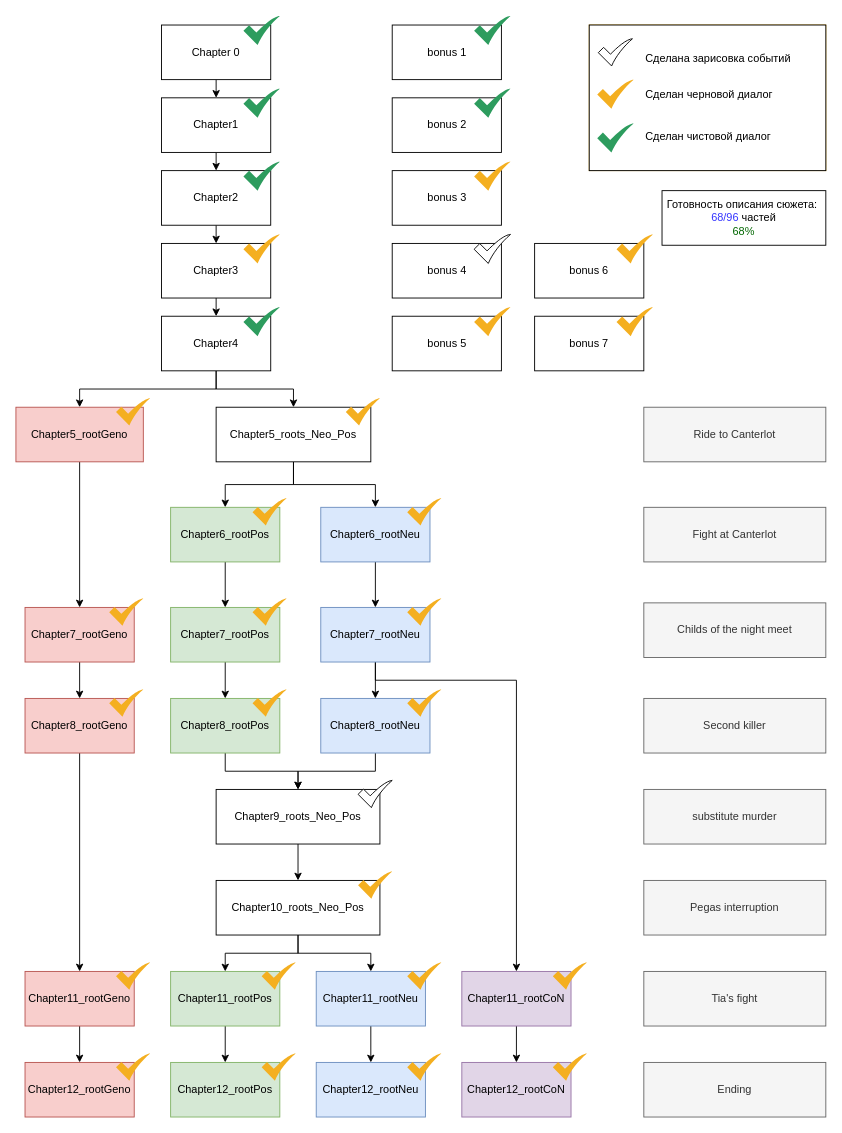
Earlier version of the draw.io diagram wip plot materials/chapters_clean/order.drawio (Oplkill/Silent-Burden-of-the-Dreamers-Visual-Novel-). Source tidied: cells renumbered, new cells numbered last; positions are measured from the earlier drawing's top-left corner, leaving out a move shared by most shapes. Both pictures are drawn from the tidied source at 91%, with x=0, y=0 at pixel (15, 15).
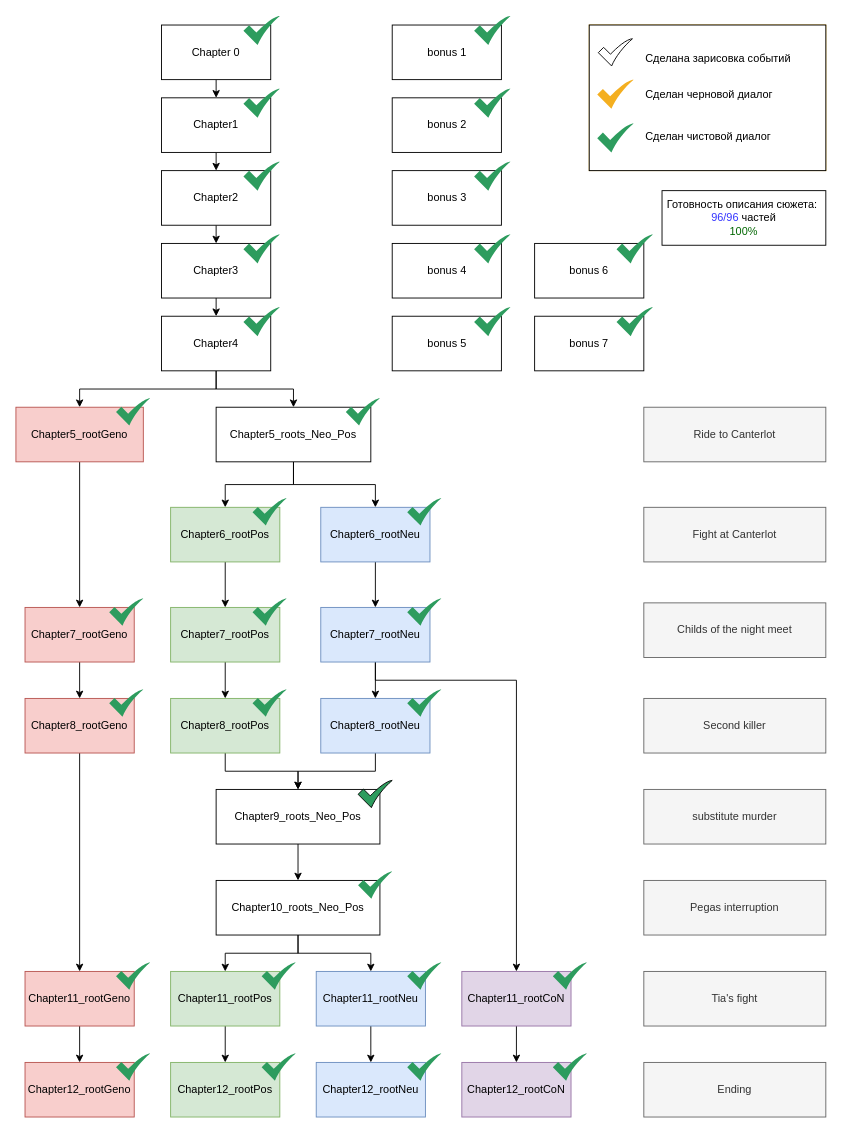
Above is the later version.

The edit, as a diff of the source:
```diff
@@
-    <mxCell id="65" style="sketch=0;html=1;strokeColor=none;shadow=0;align=center;fillColor=#F4AF20;verticalAlign=top;labelPosition=center;verticalLabelPosition=bottom;shape=mxgraph.gcp2.check;" parent="1" vertex="1">
+    <mxCell id="65" style="sketch=0;html=1;strokeColor=none;shadow=0;align=center;fillColor=#2D9C5E;verticalAlign=top;labelPosition=center;verticalLabelPosition=bottom;shape=mxgraph.gcp2.check;" parent="1" vertex="1">
       <mxGeometry x="503.5" y="160" width="40" height="32" as="geometry" />
     </mxCell>
@@
-    <mxCell id="69" style="sketch=0;html=1;strokeColor=none;shadow=0;align=center;fillColor=#F4AF20;verticalAlign=top;labelPosition=center;verticalLabelPosition=bottom;shape=mxgraph.gcp2.check;" parent="1" vertex="1">
+    <mxCell id="69" style="sketch=0;html=1;strokeColor=none;shadow=0;align=center;fillColor=#2D9C5E;verticalAlign=top;labelPosition=center;verticalLabelPosition=bottom;shape=mxgraph.gcp2.check;" parent="1" vertex="1">
       <mxGeometry x="250" y="240" width="40" height="32" as="geometry" />
     </mxCell>
@@
-    <mxCell id="71" style="sketch=0;html=1;strokeColor=none;shadow=0;align=center;fillColor=#F4AF20;verticalAlign=top;labelPosition=center;verticalLabelPosition=bottom;shape=mxgraph.gcp2.check;" parent="1" vertex="1">
+    <mxCell id="71" style="sketch=0;html=1;strokeColor=none;shadow=0;align=center;fillColor=#2D9C5E;verticalAlign=top;labelPosition=center;verticalLabelPosition=bottom;shape=mxgraph.gcp2.check;" parent="1" vertex="1">
       <mxGeometry x="110" y="420" width="37.5" height="30" as="geometry" />
     </mxCell>
-    <mxCell id="72" style="sketch=0;html=1;strokeColor=none;shadow=0;align=center;fillColor=#F4AF20;verticalAlign=top;labelPosition=center;verticalLabelPosition=bottom;shape=mxgraph.gcp2.check;" parent="1" vertex="1">
+    <mxCell id="72" style="sketch=0;html=1;strokeColor=none;shadow=0;align=center;fillColor=#2D9C5E;verticalAlign=top;labelPosition=center;verticalLabelPosition=bottom;shape=mxgraph.gcp2.check;" parent="1" vertex="1">
       <mxGeometry x="362.5" y="420" width="37.5" height="30" as="geometry" />
     </mxCell>
-    <mxCell id="73" style="sketch=0;html=1;strokeColor=none;shadow=0;align=center;fillColor=#F4AF20;verticalAlign=top;labelPosition=center;verticalLabelPosition=bottom;shape=mxgraph.gcp2.check;" parent="1" vertex="1">
+    <mxCell id="73" style="sketch=0;html=1;strokeColor=none;shadow=0;align=center;fillColor=#2D9C5E;verticalAlign=top;labelPosition=center;verticalLabelPosition=bottom;shape=mxgraph.gcp2.check;" parent="1" vertex="1">
       <mxGeometry x="260" y="530" width="37.5" height="30" as="geometry" />
     </mxCell>
-    <mxCell id="74" style="sketch=0;html=1;strokeColor=none;shadow=0;align=center;fillColor=#F4AF20;verticalAlign=top;labelPosition=center;verticalLabelPosition=bottom;shape=mxgraph.gcp2.check;" parent="1" vertex="1">
+    <mxCell id="74" style="sketch=0;html=1;strokeColor=none;shadow=0;align=center;fillColor=#2D9C5E;verticalAlign=top;labelPosition=center;verticalLabelPosition=bottom;shape=mxgraph.gcp2.check;" parent="1" vertex="1">
       <mxGeometry x="430" y="530" width="37.5" height="30" as="geometry" />
     </mxCell>
-    <mxCell id="75" style="sketch=0;html=1;strokeColor=none;shadow=0;align=center;fillColor=#F4AF20;verticalAlign=top;labelPosition=center;verticalLabelPosition=bottom;shape=mxgraph.gcp2.check;" parent="1" vertex="1">
+    <mxCell id="75" style="sketch=0;html=1;strokeColor=none;shadow=0;align=center;fillColor=#2D9C5E;verticalAlign=top;labelPosition=center;verticalLabelPosition=bottom;shape=mxgraph.gcp2.check;" parent="1" vertex="1">
       <mxGeometry x="430" y="640" width="37.5" height="30" as="geometry" />
     </mxCell>
-    <mxCell id="76" style="sketch=0;html=1;strokeColor=none;shadow=0;align=center;fillColor=#F4AF20;verticalAlign=top;labelPosition=center;verticalLabelPosition=bottom;shape=mxgraph.gcp2.check;" parent="1" vertex="1">
+    <mxCell id="76" style="sketch=0;html=1;strokeColor=none;shadow=0;align=center;fillColor=#2D9C5E;verticalAlign=top;labelPosition=center;verticalLabelPosition=bottom;shape=mxgraph.gcp2.check;" parent="1" vertex="1">
       <mxGeometry x="260" y="640" width="37.5" height="30" as="geometry" />
     </mxCell>
-    <mxCell id="77" style="sketch=0;html=1;strokeColor=none;shadow=0;align=center;fillColor=#F4AF20;verticalAlign=top;labelPosition=center;verticalLabelPosition=bottom;shape=mxgraph.gcp2.check;" parent="1" vertex="1">
+    <mxCell id="77" style="sketch=0;html=1;strokeColor=none;shadow=0;align=center;fillColor=#2D9C5E;verticalAlign=top;labelPosition=center;verticalLabelPosition=bottom;shape=mxgraph.gcp2.check;" parent="1" vertex="1">
       <mxGeometry x="102.5" y="640" width="37.5" height="30" as="geometry" />
     </mxCell>
-    <mxCell id="78" style="sketch=0;html=1;strokeColor=none;shadow=0;align=center;fillColor=#F4AF20;verticalAlign=top;labelPosition=center;verticalLabelPosition=bottom;shape=mxgraph.gcp2.check;" parent="1" vertex="1">
+    <mxCell id="78" style="sketch=0;html=1;strokeColor=none;shadow=0;align=center;fillColor=#2D9C5E;verticalAlign=top;labelPosition=center;verticalLabelPosition=bottom;shape=mxgraph.gcp2.check;" parent="1" vertex="1">
       <mxGeometry x="102.5" y="740" width="37.5" height="30" as="geometry" />
     </mxCell>
-    <mxCell id="79" style="sketch=0;html=1;strokeColor=none;shadow=0;align=center;fillColor=#F4AF20;verticalAlign=top;labelPosition=center;verticalLabelPosition=bottom;shape=mxgraph.gcp2.check;" parent="1" vertex="1">
+    <mxCell id="79" style="sketch=0;html=1;strokeColor=none;shadow=0;align=center;fillColor=#2D9C5E;verticalAlign=top;labelPosition=center;verticalLabelPosition=bottom;shape=mxgraph.gcp2.check;" parent="1" vertex="1">
       <mxGeometry x="260" y="740" width="37.5" height="30" as="geometry" />
     </mxCell>
-    <mxCell id="80" style="sketch=0;html=1;strokeColor=none;shadow=0;align=center;fillColor=#F4AF20;verticalAlign=top;labelPosition=center;verticalLabelPosition=bottom;shape=mxgraph.gcp2.check;" parent="1" vertex="1">
+    <mxCell id="80" style="sketch=0;html=1;strokeColor=none;shadow=0;align=center;fillColor=#2D9C5E;verticalAlign=top;labelPosition=center;verticalLabelPosition=bottom;shape=mxgraph.gcp2.check;" parent="1" vertex="1">
       <mxGeometry x="430" y="740" width="37.5" height="30" as="geometry" />
     </mxCell>
-    <mxCell id="81" style="sketch=0;html=1;strokeColor=default;shadow=0;align=center;fillColor=#FFFFFF;verticalAlign=top;labelPosition=center;verticalLabelPosition=bottom;shape=mxgraph.gcp2.check;" parent="1" vertex="1">
+    <mxCell id="81" style="sketch=0;html=1;strokeColor=default;shadow=0;align=center;fillColor=#2D9C5E;verticalAlign=top;labelPosition=center;verticalLabelPosition=bottom;shape=mxgraph.gcp2.check;" parent="1" vertex="1">
       <mxGeometry x="376" y="840" width="37.5" height="30" as="geometry" />
     </mxCell>
-    <mxCell id="82" style="sketch=0;html=1;strokeColor=none;shadow=0;align=center;fillColor=#F4AF20;verticalAlign=top;labelPosition=center;verticalLabelPosition=bottom;shape=mxgraph.gcp2.check;" parent="1" vertex="1">
+    <mxCell id="82" style="sketch=0;html=1;strokeColor=none;shadow=0;align=center;fillColor=#2D9C5E;verticalAlign=top;labelPosition=center;verticalLabelPosition=bottom;shape=mxgraph.gcp2.check;" parent="1" vertex="1">
       <mxGeometry x="376" y="940" width="37.5" height="30" as="geometry" />
     </mxCell>
-    <mxCell id="83" style="sketch=0;html=1;strokeColor=none;shadow=0;align=center;fillColor=#F4AF20;verticalAlign=top;labelPosition=center;verticalLabelPosition=bottom;shape=mxgraph.gcp2.check;" parent="1" vertex="1">
+    <mxCell id="83" style="sketch=0;html=1;strokeColor=none;shadow=0;align=center;fillColor=#2D9C5E;verticalAlign=top;labelPosition=center;verticalLabelPosition=bottom;shape=mxgraph.gcp2.check;" parent="1" vertex="1">
       <mxGeometry x="590" y="1040" width="37.5" height="30" as="geometry" />
     </mxCell>
-    <mxCell id="84" style="sketch=0;html=1;strokeColor=none;shadow=0;align=center;fillColor=#F4AF20;verticalAlign=top;labelPosition=center;verticalLabelPosition=bottom;shape=mxgraph.gcp2.check;" parent="1" vertex="1">
+    <mxCell id="84" style="sketch=0;html=1;strokeColor=none;shadow=0;align=center;fillColor=#2D9C5E;verticalAlign=top;labelPosition=center;verticalLabelPosition=bottom;shape=mxgraph.gcp2.check;" parent="1" vertex="1">
       <mxGeometry x="430" y="1040" width="37.5" height="30" as="geometry" />
     </mxCell>
-    <mxCell id="85" style="sketch=0;html=1;strokeColor=none;shadow=0;align=center;fillColor=#F4AF20;verticalAlign=top;labelPosition=center;verticalLabelPosition=bottom;shape=mxgraph.gcp2.check;" parent="1" vertex="1">
+    <mxCell id="85" style="sketch=0;html=1;strokeColor=none;shadow=0;align=center;fillColor=#2D9C5E;verticalAlign=top;labelPosition=center;verticalLabelPosition=bottom;shape=mxgraph.gcp2.check;" parent="1" vertex="1">
       <mxGeometry x="270" y="1040" width="37.5" height="30" as="geometry" />
     </mxCell>
-    <mxCell id="86" style="sketch=0;html=1;strokeColor=none;shadow=0;align=center;fillColor=#F4AF20;verticalAlign=top;labelPosition=center;verticalLabelPosition=bottom;shape=mxgraph.gcp2.check;" parent="1" vertex="1">
+    <mxCell id="86" style="sketch=0;html=1;strokeColor=none;shadow=0;align=center;fillColor=#2D9C5E;verticalAlign=top;labelPosition=center;verticalLabelPosition=bottom;shape=mxgraph.gcp2.check;" parent="1" vertex="1">
       <mxGeometry x="110" y="1040" width="37.5" height="30" as="geometry" />
     </mxCell>
-    <mxCell id="87" style="sketch=0;html=1;strokeColor=none;shadow=0;align=center;fillColor=#F4AF20;verticalAlign=top;labelPosition=center;verticalLabelPosition=bottom;shape=mxgraph.gcp2.check;" parent="1" vertex="1">
+    <mxCell id="87" style="sketch=0;html=1;strokeColor=none;shadow=0;align=center;fillColor=#2D9C5E;verticalAlign=top;labelPosition=center;verticalLabelPosition=bottom;shape=mxgraph.gcp2.check;" parent="1" vertex="1">
       <mxGeometry x="110" y="1140" width="37.5" height="30" as="geometry" />
     </mxCell>
-    <mxCell id="88" style="sketch=0;html=1;strokeColor=none;shadow=0;align=center;fillColor=#F4AF20;verticalAlign=top;labelPosition=center;verticalLabelPosition=bottom;shape=mxgraph.gcp2.check;" parent="1" vertex="1">
+    <mxCell id="88" style="sketch=0;html=1;strokeColor=none;shadow=0;align=center;fillColor=#2D9C5E;verticalAlign=top;labelPosition=center;verticalLabelPosition=bottom;shape=mxgraph.gcp2.check;" parent="1" vertex="1">
       <mxGeometry x="270" y="1140" width="37.5" height="30" as="geometry" />
     </mxCell>
-    <mxCell id="89" style="sketch=0;html=1;strokeColor=none;shadow=0;align=center;fillColor=#F4AF20;verticalAlign=top;labelPosition=center;verticalLabelPosition=bottom;shape=mxgraph.gcp2.check;" parent="1" vertex="1">
+    <mxCell id="89" style="sketch=0;html=1;strokeColor=none;shadow=0;align=center;fillColor=#2D9C5E;verticalAlign=top;labelPosition=center;verticalLabelPosition=bottom;shape=mxgraph.gcp2.check;" parent="1" vertex="1">
       <mxGeometry x="430" y="1140" width="37.5" height="30" as="geometry" />
     </mxCell>
-    <mxCell id="90" style="sketch=0;html=1;strokeColor=none;shadow=0;align=center;fillColor=#F4AF20;verticalAlign=top;labelPosition=center;verticalLabelPosition=bottom;shape=mxgraph.gcp2.check;" parent="1" vertex="1">
+    <mxCell id="90" style="sketch=0;html=1;strokeColor=none;shadow=0;align=center;fillColor=#2D9C5E;verticalAlign=top;labelPosition=center;verticalLabelPosition=bottom;shape=mxgraph.gcp2.check;" parent="1" vertex="1">
       <mxGeometry x="590" y="1140" width="37.5" height="30" as="geometry" />
     </mxCell>
@@
-    <mxCell id="100" style="sketch=0;html=1;shadow=0;align=center;verticalAlign=top;labelPosition=center;verticalLabelPosition=bottom;shape=mxgraph.gcp2.check;" parent="1" vertex="1">
+    <mxCell id="100" style="sketch=0;html=1;shadow=0;align=center;verticalAlign=top;labelPosition=center;verticalLabelPosition=bottom;shape=mxgraph.gcp2.check;fillColor=#2D9C5E;strokeColor=none;" parent="1" vertex="1">
       <mxGeometry x="503.5" y="240" width="40" height="32" as="geometry" />
     </mxCell>
@@
-    <mxCell id="102" style="sketch=0;html=1;shadow=0;align=center;verticalAlign=top;labelPosition=center;verticalLabelPosition=bottom;shape=mxgraph.gcp2.check;strokeColor=none;fillColor=#F4AF20;" parent="1" vertex="1">
+    <mxCell id="102" style="sketch=0;html=1;shadow=0;align=center;verticalAlign=top;labelPosition=center;verticalLabelPosition=bottom;shape=mxgraph.gcp2.check;strokeColor=none;fillColor=#2D9C5E;" parent="1" vertex="1">
       <mxGeometry x="503.5" y="320" width="40" height="32" as="geometry" />
     </mxCell>
@@
-    <mxCell id="104" style="sketch=0;html=1;shadow=0;align=center;verticalAlign=top;labelPosition=center;verticalLabelPosition=bottom;shape=mxgraph.gcp2.check;fillColor=#F4AF20;strokeColor=none;" parent="1" vertex="1">
+    <mxCell id="104" style="sketch=0;html=1;shadow=0;align=center;verticalAlign=top;labelPosition=center;verticalLabelPosition=bottom;shape=mxgraph.gcp2.check;fillColor=#2D9C5E;strokeColor=none;" parent="1" vertex="1">
       <mxGeometry x="660" y="240" width="40" height="32" as="geometry" />
     </mxCell>
@@
-    <mxCell id="106" style="sketch=0;html=1;shadow=0;align=center;verticalAlign=top;labelPosition=center;verticalLabelPosition=bottom;shape=mxgraph.gcp2.check;fillColor=#F4AF20;strokeColor=none;" parent="1" vertex="1">
+    <mxCell id="106" style="sketch=0;html=1;shadow=0;align=center;verticalAlign=top;labelPosition=center;verticalLabelPosition=bottom;shape=mxgraph.gcp2.check;fillColor=#2D9C5E;strokeColor=none;" parent="1" vertex="1">
       <mxGeometry x="660" y="320" width="40" height="32" as="geometry" />
     </mxCell>
-    <mxCell id="107" value="Готовность описания сюжета:&amp;nbsp;&lt;div&gt;&lt;font style=&quot;color: rgb(51, 51, 255);&quot;&gt;68&lt;/font&gt;&lt;font style=&quot;background-color: transparent; color: rgb(51, 51, 255);&quot;&gt;/96&lt;/font&gt;&lt;span style=&quot;background-color: transparent; color: light-dark(rgb(0, 0, 0), rgb(255, 255, 255));&quot;&gt; частей&lt;/span&gt;&lt;/div&gt;&lt;div&gt;&lt;font style=&quot;color: rgb(0, 102, 0);&quot;&gt;68%&lt;/font&gt;&lt;/div&gt;" style="rounded=0;whiteSpace=wrap;html=1;" parent="1" vertex="1">
+    <mxCell id="107" value="Готовность описания сюжета:&amp;nbsp;&lt;div&gt;&lt;font style=&quot;background-color: transparent; color: rgb(51, 51, 255);&quot;&gt;96/96&lt;/font&gt;&lt;span style=&quot;background-color: transparent; color: light-dark(rgb(0, 0, 0), rgb(255, 255, 255));&quot;&gt; частей&lt;/span&gt;&lt;/div&gt;&lt;div&gt;&lt;font style=&quot;color: rgb(0, 102, 0);&quot;&gt;100%&lt;/font&gt;&lt;/div&gt;" style="rounded=0;whiteSpace=wrap;html=1;" parent="1" vertex="1">
       <mxGeometry x="710" y="192" width="180" height="60" as="geometry" />
     </mxCell>
```
